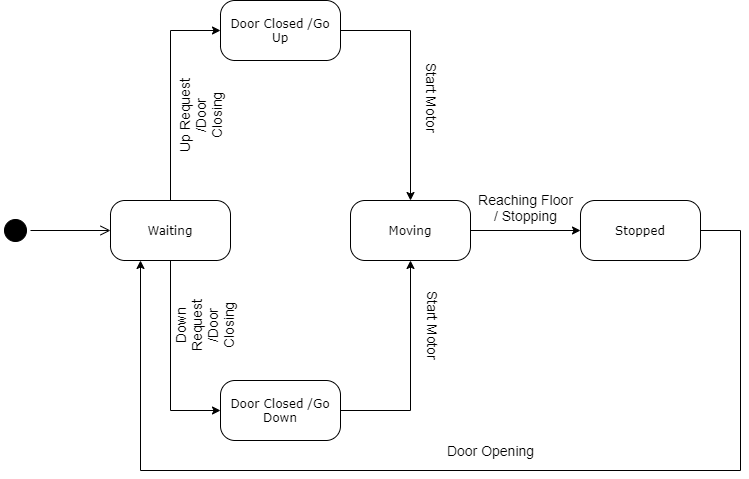
markosimicc/SYSC3303-Project keeps this draw.io diagram as Iteration2 State Diagrams/SYSC3303 Iteration 2 Elevator State Diagram.png. Above is the earlier version. Source tidied: cells renumbered, new cells last; positions are measured from the earlier drawing's top-left corner, leaving out a move shared by most shapes.
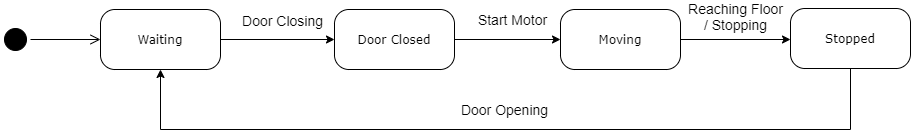
After the commit.

Commit message:
Updated Elevator State Diagram #3

Change to the diagram source:
```diff
@@ -3,67 +3,53 @@
     <mxCell id="0" />
     <mxCell id="1" parent="0" />
     <mxCell id="2" style="ellipse;html=1;shape=startState;fillColor=#000000;strokeColor=#000000;rounded=1;shadow=0;comic=0;labelBackgroundColor=none;fontFamily=Verdana;fontSize=12;fontColor=#000000;align=center;direction=south;" parent="1" vertex="1">
-      <mxGeometry y="215" width="30" height="30" as="geometry" />
+      <mxGeometry x="-60" y="215" width="30" height="30" as="geometry" />
     </mxCell>
-    <mxCell id="3" style="edgeStyle=orthogonalEdgeStyle;rounded=0;jettySize=auto;html=1;entryX=0;entryY=0.5;entryDx=0;entryDy=0;strokeColor=#000000;" parent="1" edge="1" source="5" target="8">
-      <mxGeometry relative="1" as="geometry" />
-    </mxCell>
-    <mxCell id="4" style="edgeStyle=orthogonalEdgeStyle;rounded=0;jettySize=auto;html=1;entryX=0;entryY=0.5;entryDx=0;entryDy=0;strokeColor=#000000;" parent="1" edge="1" source="5" target="11">
+    <mxCell id="4" style="edgeStyle=orthogonalEdgeStyle;rounded=0;jettySize=auto;html=1;entryX=0;entryY=0.5;entryDx=0;entryDy=0;" parent="1" edge="1" source="5" target="11">
       <mxGeometry relative="1" as="geometry" />
     </mxCell>
     <mxCell id="5" value="Waiting" style="rounded=1;whiteSpace=wrap;html=1;arcSize=24;fillColor=#FFFFFF;strokeColor=#000000;shadow=0;comic=0;labelBackgroundColor=none;fontFamily=Verdana;fontSize=12;fontColor=#000000;align=center;" parent="1" vertex="1">
-      <mxGeometry x="110" y="200" width="120" height="60" as="geometry" />
+      <mxGeometry x="40" y="200" width="120" height="60" as="geometry" />
     </mxCell>
     <mxCell id="6" style="edgeStyle=orthogonalEdgeStyle;html=1;labelBackgroundColor=none;endArrow=open;endSize=8;strokeColor=#000000;fontFamily=Verdana;fontSize=12;align=left;" parent="1" edge="1" source="2" target="5">
       <mxGeometry relative="1" as="geometry" />
     </mxCell>
-    <mxCell id="7" style="edgeStyle=orthogonalEdgeStyle;rounded=0;jettySize=auto;html=1;entryX=0.5;entryY=0;entryDx=0;entryDy=0;strokeColor=#000000;" parent="1" edge="1" source="8" target="14">
-      <mxGeometry relative="1" as="geometry" />
-    </mxCell>
-    <mxCell id="8" value="Door Closed /Go Up" style="rounded=1;whiteSpace=wrap;html=1;arcSize=24;fillColor=#FFFFFF;strokeColor=#000000;shadow=0;comic=0;labelBackgroundColor=none;fontFamily=Verdana;fontSize=12;fontColor=#000000;align=center;" parent="1" vertex="1">
-      <mxGeometry x="220" width="120" height="60" as="geometry" />
-    </mxCell>
-    <mxCell id="9" value="&lt;font style=&quot;font-size: 14px&quot;&gt;Up Request /Door Closing&lt;/font&gt;" style="text;html=1;strokeColor=none;fillColor=none;align=center;verticalAlign=middle;whiteSpace=wrap;rounded=0;rotation=-90;" parent="1" vertex="1">
-      <mxGeometry x="160" y="100" width="80" height="30" as="geometry" />
-    </mxCell>
-    <mxCell id="10" style="edgeStyle=orthogonalEdgeStyle;rounded=0;jettySize=auto;html=1;entryX=0.5;entryY=1;entryDx=0;entryDy=0;strokeColor=#000000;" parent="1" edge="1" source="11" target="14">
+    <mxCell id="10" style="edgeStyle=orthogonalEdgeStyle;rounded=0;jettySize=auto;html=1;entryX=0;entryY=0.5;entryDx=0;entryDy=0;" parent="1" edge="1" source="11" target="14">
       <mxGeometry relative="1" as="geometry" />
     </mxCell>
-    <mxCell id="11" value="Door Closed /Go Down" style="rounded=1;whiteSpace=wrap;html=1;arcSize=24;fillColor=#FFFFFF;strokeColor=#000000;shadow=0;comic=0;labelBackgroundColor=none;fontFamily=Verdana;fontSize=12;fontColor=#000000;align=center;" parent="1" vertex="1">
-      <mxGeometry x="220" y="380" width="120" height="60" as="geometry" />
+    <mxCell id="11" value="Door Closed" style="rounded=1;whiteSpace=wrap;html=1;arcSize=24;fillColor=#FFFFFF;strokeColor=#000000;shadow=0;comic=0;labelBackgroundColor=none;fontFamily=Verdana;fontSize=12;fontColor=#000000;align=center;" parent="1" vertex="1">
+      <mxGeometry x="274" y="200" width="120" height="60" as="geometry" />
     </mxCell>
-    <mxCell id="12" value="&lt;font style=&quot;font-size: 14px&quot;&gt;Down Request /Door Closing&lt;/font&gt;" style="text;html=1;strokeColor=none;fillColor=none;align=center;verticalAlign=middle;whiteSpace=wrap;rounded=0;rotation=-90;" parent="1" vertex="1">
-      <mxGeometry x="164" y="310" width="80" height="30" as="geometry" />
-    </mxCell>
-    <mxCell id="13" style="edgeStyle=orthogonalEdgeStyle;rounded=0;jettySize=auto;html=1;strokeColor=#000000;" parent="1" edge="1" source="14" target="15">
-      <mxGeometry relative="1" as="geometry" />
+    <mxCell id="13" style="edgeStyle=orthogonalEdgeStyle;rounded=0;jettySize=auto;html=1;strokeColor=#000000;" parent="1" edge="1" source="14">
+      <mxGeometry relative="1" as="geometry">
+        <mxPoint x="730" y="230" as="targetPoint" />
+      </mxGeometry>
     </mxCell>
     <mxCell id="14" value="Moving" style="rounded=1;whiteSpace=wrap;html=1;arcSize=24;fillColor=#FFFFFF;strokeColor=#000000;shadow=0;comic=0;labelBackgroundColor=none;fontFamily=Verdana;fontSize=12;fontColor=#000000;align=center;" parent="1" vertex="1">
-      <mxGeometry x="350" y="200" width="120" height="60" as="geometry" />
+      <mxGeometry x="500" y="200" width="120" height="60" as="geometry" />
     </mxCell>
     <mxCell id="15" value="Stopped" style="rounded=1;whiteSpace=wrap;html=1;arcSize=24;fillColor=#FFFFFF;strokeColor=#000000;shadow=0;comic=0;labelBackgroundColor=none;fontFamily=Verdana;fontSize=12;fontColor=#000000;align=center;" parent="1" vertex="1">
-      <mxGeometry x="580" y="200" width="120" height="60" as="geometry" />
+      <mxGeometry x="730" y="199" width="120" height="60" as="geometry" />
     </mxCell>
-    <mxCell id="16" style="edgeStyle=orthogonalEdgeStyle;rounded=0;jettySize=auto;html=1;strokeColor=#000000;entryX=0.25;entryY=1;entryDx=0;entryDy=0;exitX=1;exitY=0.5;exitDx=0;exitDy=0;" parent="1" edge="1" source="15" target="5">
+    <mxCell id="16" style="edgeStyle=orthogonalEdgeStyle;rounded=0;jettySize=auto;html=1;strokeColor=#000000;entryX=0.5;entryY=1;entryDx=0;entryDy=0;exitX=0.5;exitY=1;exitDx=0;exitDy=0;" parent="1" edge="1" source="15" target="5">
       <mxGeometry relative="1" as="geometry">
         <Array as="points">
-          <mxPoint x="740" y="230" />
-          <mxPoint x="740" y="470" />
-          <mxPoint x="140" y="470" />
+          <mxPoint x="790" y="320" />
+          <mxPoint x="100" y="320" />
         </Array>
       </mxGeometry>
     </mxCell>
     <mxCell id="17" value="&lt;font style=&quot;font-size: 14px&quot;&gt;Reaching Floor / Stopping&lt;/font&gt;" style="text;html=1;strokeColor=none;fillColor=none;align=center;verticalAlign=middle;whiteSpace=wrap;rounded=0;" parent="1" vertex="1">
-      <mxGeometry x="475" y="197" width="101" height="20" as="geometry" />
+      <mxGeometry x="625" y="197" width="101" height="20" as="geometry" />
     </mxCell>
-    <mxCell id="18" value="&lt;font style=&quot;font-size: 14px&quot;&gt;Start Motor&lt;/font&gt;" style="text;html=1;strokeColor=none;fillColor=none;align=center;verticalAlign=middle;whiteSpace=wrap;rounded=0;rotation=90;" parent="1" vertex="1">
-      <mxGeometry x="390" y="87.5" width="85" height="20" as="geometry" />
-    </mxCell>
-    <mxCell id="19" value="&lt;font style=&quot;font-size: 14px&quot;&gt;Start Motor&lt;/font&gt;" style="text;html=1;strokeColor=none;fillColor=none;align=center;verticalAlign=middle;whiteSpace=wrap;rounded=0;rotation=90;" parent="1" vertex="1">
-      <mxGeometry x="390" y="315" width="85" height="20" as="geometry" />
+    <mxCell id="19" value="&lt;font style=&quot;font-size: 14px&quot;&gt;Start Motor&lt;/font&gt;" style="text;html=1;strokeColor=none;fillColor=none;align=center;verticalAlign=middle;whiteSpace=wrap;rounded=0;rotation=0;" parent="1" vertex="1">
+      <mxGeometry x="410" y="200" width="85" height="20" as="geometry" />
     </mxCell>
     <mxCell id="20" value="&lt;span style=&quot;font-size: 14px&quot;&gt;Door Opening&lt;/span&gt;" style="text;html=1;strokeColor=none;fillColor=none;align=center;verticalAlign=middle;whiteSpace=wrap;rounded=0;" parent="1" vertex="1">
-      <mxGeometry x="440" y="440" width="101" height="20" as="geometry" />
+      <mxGeometry x="394" y="290" width="101" height="20" as="geometry" />
     </mxCell>
+    <mxCell id="21" value="&lt;font style=&quot;font-size: 14px&quot;&gt;Door Closing&lt;/font&gt;" style="text;html=1;strokeColor=none;fillColor=none;align=center;verticalAlign=middle;whiteSpace=wrap;rounded=0;rotation=0;" parent="1" vertex="1">
+      <mxGeometry x="180" y="201" width="85" height="20" as="geometry" />
+    </mxCell>
   </root>
 </mxGraphModel>
```
